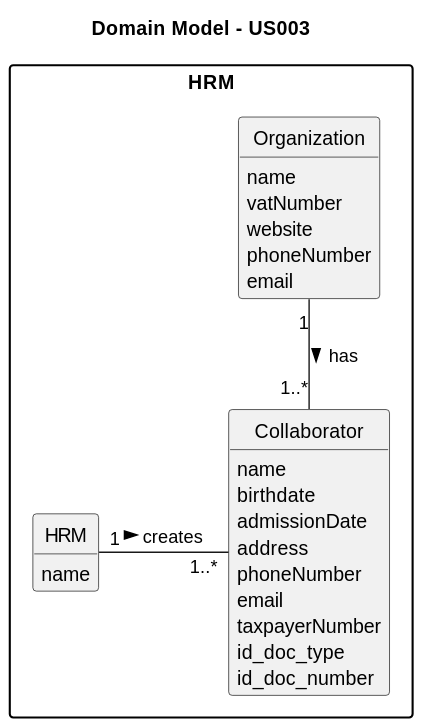
The PlantUML diagram docs/sprintA/us003/02.analysis/svg/us003-domain-model.svg in SAEmanuel/Green_Spaces_Management_ISEP, before a commit. Source of this version:
```plantuml
@startuml
skinparam monochrome true
skinparam packageStyle rectangle
skinparam shadowing false

skinparam classAttributeIconSize 0

hide circle
hide methods

title Domain Model - US003

package "HRM" {

    class Organization {
        name
        vatNumber
        website
        phoneNumber
        email
    }

    class Collaborator {
        name
        birthdate
        admissionDate
        address
        phoneNumber
        email
        taxpayerNumber
        id_doc_type
        id_doc_number
    }

    class HRM {
        name
    }

    HRM "1" - "1..*" Collaborator : creates >
    Organization "1" -- "1..*" Collaborator : has >


}
@enduml
```
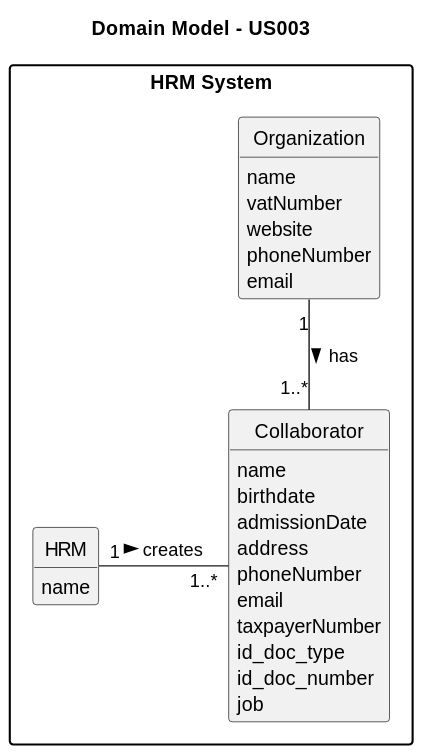
Above is the later version.

Commit message:
US3 Domain model updated, english corrections and email specification

The edit, as a diff of the source:
```diff
@@ -10,7 +10,7 @@
 
 title Domain Model - US003
 
-package "HRM" {
+package "HRM System" {
 
     class Organization {
         name
@@ -30,6 +30,7 @@
         taxpayerNumber
         id_doc_type
         id_doc_number
+        job
     }
 
     class HRM {
```
